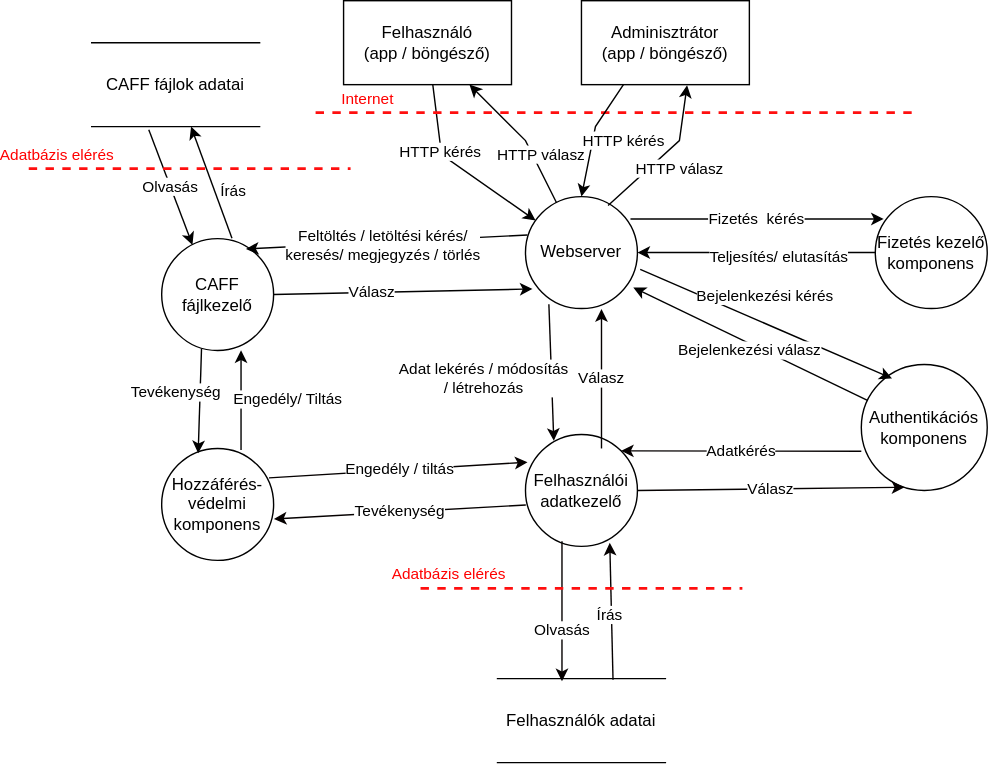
Earlier version of the draw.io export Pictures/Data_flow_chart_with_Admin.svg (Fylota/hagyma_crysys). Source tidied: cells renumbered, new cells last; positions are measured from the earlier drawing's top-left corner, leaving out a move shared by most shapes.
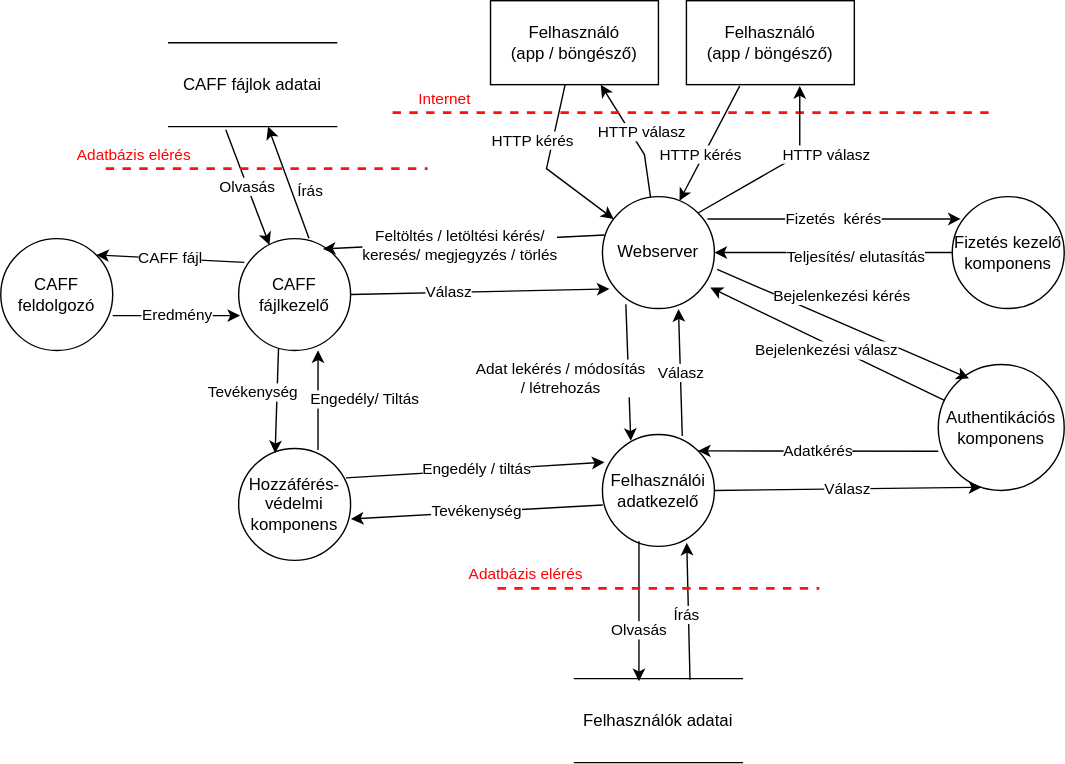
The same file after the commit.

The edit, as a diff of the source:
```diff
@@ -6,21 +6,21 @@
       <mxGeometry x="355" y="140" width="80" height="80" as="geometry" />
     </mxCell>
     <mxCell id="3" value="Felhasználó&lt;br&gt;(app / böngésző)" style="rounded=0;whiteSpace=wrap;html=1;fillColor=none;" parent="1" vertex="1">
-      <mxGeometry x="225" width="120" height="60" as="geometry" />
+      <mxGeometry x="275" width="120" height="60" as="geometry" />
     </mxCell>
     <mxCell id="4" value="HTTP kérés" style="endArrow=classic;html=1;rounded=0;" parent="1" edge="1" source="3" target="2">
-      <mxGeometry x="-0.28" y="-1" relative="1" as="geometry">
+      <mxGeometry x="-0.27" y="-14" relative="1" as="geometry">
         <Array as="points">
-          <mxPoint x="295" y="110" />
+          <mxPoint x="315" y="120" />
         </Array>
       </mxGeometry>
     </mxCell>
     <mxCell id="5" value="HTTP válasz" style="endArrow=classic;html=1;rounded=0;" parent="1" edge="1" source="2" target="3">
-      <mxGeometry x="-0.32" y="-4" relative="1" as="geometry">
+      <mxGeometry x="0.03" y="-7" relative="1" as="geometry">
         <Array as="points">
-          <mxPoint x="355" y="100" />
+          <mxPoint x="385" y="110" />
         </Array>
-        <mxPoint x="1" as="offset" />
+        <mxPoint y="1" as="offset" />
       </mxGeometry>
     </mxCell>
     <mxCell id="6" value="Authentikációs komponens" style="ellipse;whiteSpace=wrap;html=1;fillColor=none;" parent="1" vertex="1">
@@ -91,7 +91,7 @@
     <mxCell id="23" value="Válasz" style="endArrow=classic;html=1;rounded=0;strokeColor=#050000;fontColor=#000000;exitX=1;exitY=0.5;exitDx=0;exitDy=0;entryX=0.342;entryY=0.975;entryDx=0;entryDy=0;entryPerimeter=0;" parent="1" edge="1" source="21" target="6">
       <mxGeometry relative="1" as="geometry" />
     </mxCell>
-    <mxCell id="24" value="Válasz" style="endArrow=classic;html=1;rounded=0;strokeColor=#050000;fontColor=#000000;entryX=0.679;entryY=1.005;entryDx=0;entryDy=0;entryPerimeter=0;exitX=0.679;exitY=0.125;exitDx=0;exitDy=0;exitPerimeter=0;" parent="1" edge="1" source="21" target="2">
+    <mxCell id="24" value="Válasz" style="endArrow=classic;html=1;rounded=0;strokeColor=#050000;fontColor=#000000;entryX=0.679;entryY=1.005;entryDx=0;entryDy=0;entryPerimeter=0;exitX=0.713;exitY=0.013;exitDx=0;exitDy=0;exitPerimeter=0;" parent="1" edge="1" source="21" target="2">
       <mxGeometry relative="1" as="geometry" />
     </mxCell>
     <mxCell id="25" value="Adat lekérés / módosítás &lt;br&gt;/ létrehozás" style="endArrow=classic;html=1;rounded=0;strokeColor=#050000;fontColor=#000000;exitX=0.209;exitY=0.961;exitDx=0;exitDy=0;exitPerimeter=0;entryX=0.253;entryY=0.057;entryDx=0;entryDy=0;entryPerimeter=0;" parent="1" edge="1" source="2" target="21">
@@ -132,23 +132,6 @@
     <mxCell id="32" style="edgeStyle=orthogonalEdgeStyle;rounded=0;orthogonalLoop=1;jettySize=auto;html=1;exitX=0.5;exitY=1;exitDx=0;exitDy=0;strokeColor=#050000;fontColor=#000000;" parent="1" edge="1" source="28" target="28">
       <mxGeometry relative="1" as="geometry" />
     </mxCell>
-    <mxCell id="33" value="Adminisztrátor&lt;br&gt;(app / böngésző)" style="rounded=0;whiteSpace=wrap;html=1;fillColor=none;" parent="1" vertex="1">
-      <mxGeometry x="395" width="120" height="60" as="geometry" />
-    </mxCell>
-    <mxCell id="34" value="HTTP válasz" style="endArrow=classic;html=1;rounded=0;exitX=0.738;exitY=0.079;exitDx=0;exitDy=0;exitPerimeter=0;entryX=0.629;entryY=1.007;entryDx=0;entryDy=0;entryPerimeter=0;" parent="1" edge="1" source="2" target="33">
-      <mxGeometry x="0.02" y="-15" relative="1" as="geometry">
-        <Array as="points">
-          <mxPoint x="465" y="100" />
-        </Array>
-      </mxGeometry>
-    </mxCell>
-    <mxCell id="35" value="HTTP kérés" style="endArrow=classic;html=1;rounded=0;entryX=0.5;entryY=0;entryDx=0;entryDy=0;exitX=0.25;exitY=1;exitDx=0;exitDy=0;" parent="1" edge="1" source="33" target="2">
-      <mxGeometry x="-0.04" y="22" relative="1" as="geometry">
-        <Array as="points">
-          <mxPoint x="405" y="90" />
-        </Array>
-      </mxGeometry>
-    </mxCell>
     <mxCell id="36" value="Engedély / tiltás" style="endArrow=classic;html=1;rounded=0;strokeColor=#050000;fontColor=#000000;entryX=0.018;entryY=0.248;entryDx=0;entryDy=0;entryPerimeter=0;exitX=0.959;exitY=0.263;exitDx=0;exitDy=0;exitPerimeter=0;" parent="1" edge="1" source="17" target="21">
       <mxGeometry relative="1" as="geometry" />
     </mxCell>
@@ -164,5 +147,27 @@
     <mxCell id="40" value="Teljesítés/ elutasítás" style="endArrow=classic;html=1;rounded=0;entryX=1;entryY=0.5;entryDx=0;entryDy=0;exitX=0;exitY=0.5;exitDx=0;exitDy=0;" parent="1" edge="1" source="38" target="2">
       <mxGeometry x="-0.18" y="3" relative="1" as="geometry" />
     </mxCell>
+    <mxCell id="41" value="Felhasználó&lt;br&gt;(app / böngésző)" style="rounded=0;whiteSpace=wrap;html=1;fillColor=none;" parent="1" vertex="1">
+      <mxGeometry x="415" width="120" height="60" as="geometry" />
+    </mxCell>
+    <mxCell id="34" value="HTTP válasz" style="endArrow=classic;html=1;rounded=0;exitX=1;exitY=0;exitDx=0;exitDy=0;entryX=0.675;entryY=1.017;entryDx=0;entryDy=0;entryPerimeter=0;" parent="1" edge="1" source="2" target="41">
+      <mxGeometry x="0.26" y="-19" relative="1" as="geometry">
+        <Array as="points">
+          <mxPoint x="496" y="110" />
+        </Array>
+      </mxGeometry>
+    </mxCell>
+    <mxCell id="35" value="HTTP kérés" style="endArrow=classic;html=1;rounded=0;exitX=0.317;exitY=1.017;exitDx=0;exitDy=0;exitPerimeter=0;entryX=0.688;entryY=0.038;entryDx=0;entryDy=0;entryPerimeter=0;" parent="1" edge="1" source="41" target="2">
+      <mxGeometry x="0.22" y="-2" relative="1" as="geometry" />
+    </mxCell>
+    <mxCell id="42" value="CAFF&lt;br&gt;feldolgozó" style="ellipse;whiteSpace=wrap;html=1;fillColor=none;" parent="1" vertex="1">
+      <mxGeometry x="-75" y="170" width="80" height="80" as="geometry" />
+    </mxCell>
+    <mxCell id="43" value="CAFF fájl" style="endArrow=classic;html=1;rounded=0;entryX=1;entryY=0;entryDx=0;entryDy=0;exitX=0.05;exitY=0.213;exitDx=0;exitDy=0;exitPerimeter=0;" parent="1" edge="1" source="10" target="42">
+      <mxGeometry relative="1" as="geometry" />
+    </mxCell>
+    <mxCell id="44" value="Eredmény" style="endArrow=classic;html=1;rounded=0;exitX=1;exitY=0.688;exitDx=0;exitDy=0;exitPerimeter=0;entryX=0.013;entryY=0.688;entryDx=0;entryDy=0;entryPerimeter=0;" parent="1" edge="1" source="42" target="10">
+      <mxGeometry relative="1" as="geometry" />
+    </mxCell>
   </root>
 </mxGraphModel>
```
